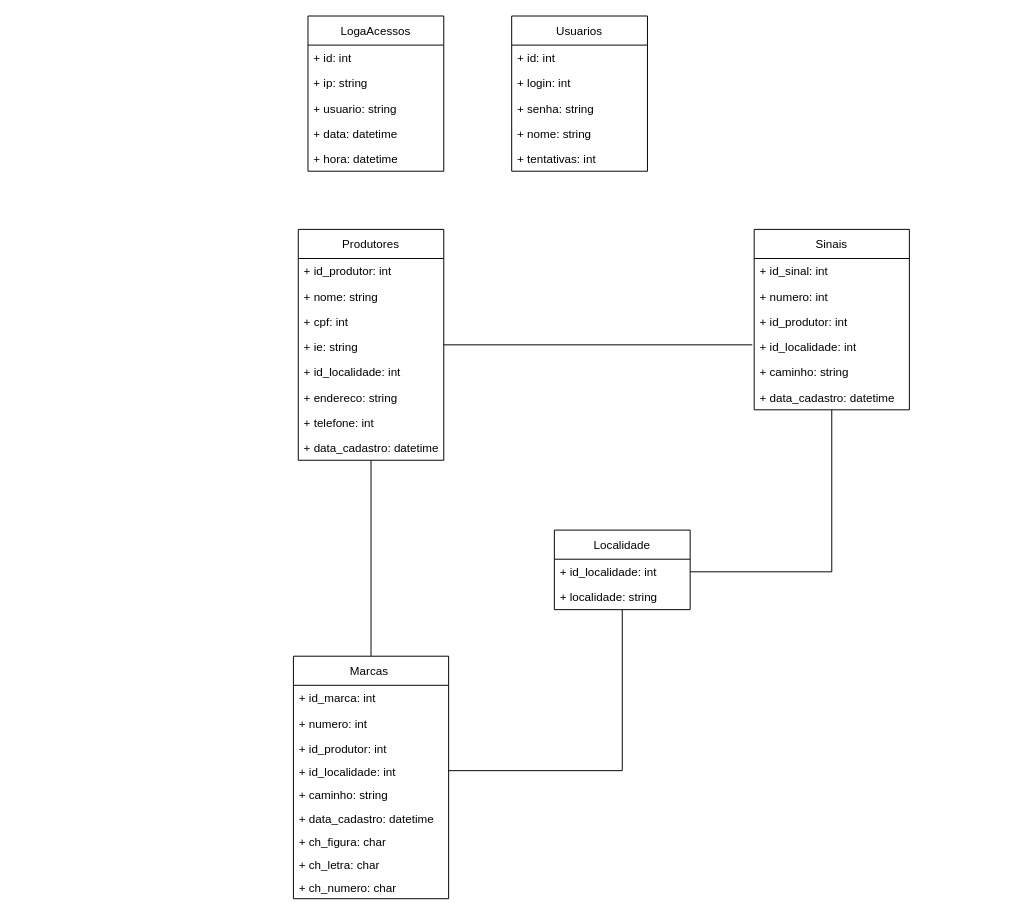
Before: ProjetoLegado-Controle de Marcas e Sinais/marcas-sinais-uml.drawio in RogerioTostes/TCC, a draw.io diagram. Source tidied: cells renumbered, new cells numbered last; positions are measured from the earlier drawing's top-left corner, leaving out a move shared by most shapes. Both pictures are drawn from the tidied source at 97%, with x=0, y=0 at pixel (293, 16).
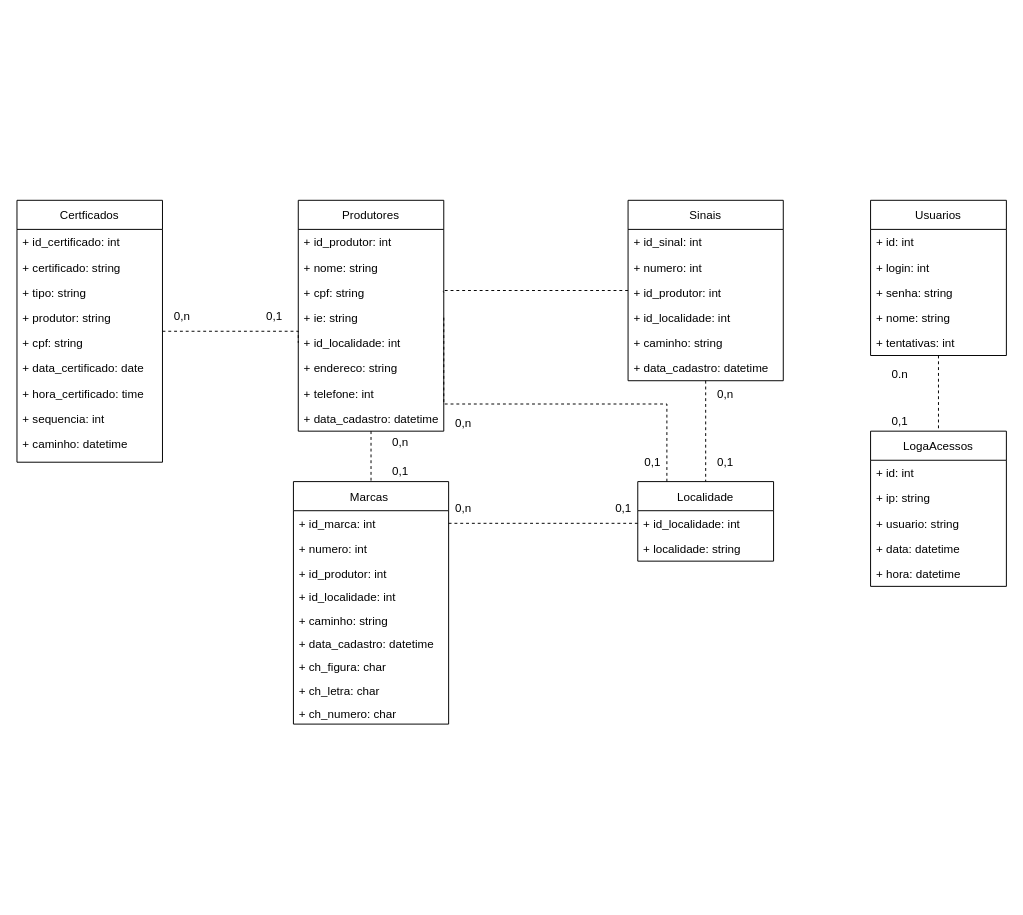
After the change.

The change refers to these unchanged cells:
```xml
<mxCell id="16" value="+ ie: string" style="text;strokeColor=none;fillColor=none;align=left;verticalAlign=top;spacingLeft=4;spacingRight=4;overflow=hidden;points=[[0,0.5],[1,0.5]];portConstraint=eastwest;" parent="12" vertex="1">
  <mxGeometry y="108" width="150" height="26" as="geometry" />
</mxCell>
<mxCell id="17" value="+ id_localidade: int" style="text;strokeColor=none;fillColor=none;align=left;verticalAlign=top;spacingLeft=4;spacingRight=4;overflow=hidden;points=[[0,0.5],[1,0.5]];portConstraint=eastwest;" parent="12" vertex="1">
  <mxGeometry y="134" width="150" height="26" as="geometry" />
</mxCell>
<mxCell id="28" value="+ id_localidade: int" style="text;strokeColor=none;fillColor=none;align=left;verticalAlign=top;spacingLeft=4;spacingRight=4;overflow=hidden;points=[[0,0.5],[1,0.5]];portConstraint=eastwest;" parent="27" vertex="1">
  <mxGeometry y="30" width="140" height="26" as="geometry" />
</mxCell>
<mxCell id="29" value="+ localidade: string" style="text;strokeColor=none;fillColor=none;align=left;verticalAlign=top;spacingLeft=4;spacingRight=4;overflow=hidden;points=[[0,0.5],[1,0.5]];portConstraint=eastwest;" parent="27" vertex="1">
  <mxGeometry y="56" width="140" height="26" as="geometry" />
</mxCell>
<mxCell id="40" value="+ id_localidade: int&#10;" style="text;strokeColor=none;fillColor=none;align=left;verticalAlign=top;spacingLeft=4;spacingRight=4;overflow=hidden;points=[[0,0.5],[1,0.5]];portConstraint=eastwest;" parent="36" vertex="1">
  <mxGeometry y="106" width="160" height="24" as="geometry" />
</mxCell>
```

Diff of the diagram source:
```diff
@@
-    <mxCell id="2" style="edgeStyle=orthogonalEdgeStyle;rounded=0;jettySize=auto;html=1;entryX=1;entryY=0.5;entryDx=0;entryDy=0;endArrow=none;endFill=0;" parent="1" edge="1" source="3" target="28">
+    <mxCell id="2" style="edgeStyle=orthogonalEdgeStyle;rounded=0;jettySize=auto;html=1;endArrow=none;endFill=0;dashed=1;" parent="1" edge="1" source="3" target="27">
       <mxGeometry relative="1" as="geometry" />
     </mxCell>
+    <mxCell id="47" style="edgeStyle=orthogonalEdgeStyle;rounded=0;jettySize=auto;html=1;entryX=1;entryY=0.5;entryDx=0;entryDy=0;endArrow=none;endFill=0;dashed=1;" parent="1" edge="1" source="3" target="15">
+      <mxGeometry relative="1" as="geometry">
+        <Array as="points">
+          <mxPoint x="154" y="283" />
+        </Array>
+      </mxGeometry>
+    </mxCell>
     <mxCell id="3" value="Sinais" style="swimlane;fontStyle=0;horizontal=1;startSize=30;fillColor=none;" parent="1" vertex="1">
-      <mxGeometry x="475" y="220" width="160" height="186" as="geometry" />
+      <mxGeometry x="345" y="190" width="160" height="186" as="geometry" />
     </mxCell>
@@
-    <mxCell id="10" style="edgeStyle=orthogonalEdgeStyle;rounded=0;jettySize=auto;html=1;endArrow=none;endFill=0;" parent="1" edge="1" source="12" target="36">
+    <mxCell id="10" style="edgeStyle=orthogonalEdgeStyle;rounded=0;jettySize=auto;html=1;endArrow=none;endFill=0;dashed=1;" parent="1" edge="1" source="12" target="36">
       <mxGeometry relative="1" as="geometry" />
     </mxCell>
-    <mxCell id="11" style="edgeStyle=orthogonalEdgeStyle;rounded=0;jettySize=auto;html=1;endArrow=none;endFill=0;" parent="1" edge="1" source="12">
-      <mxGeometry relative="1" as="geometry">
-        <mxPoint x="473" y="339" as="targetPoint" />
-        <Array as="points">
-          <mxPoint x="473" y="339" />
-        </Array>
-      </mxGeometry>
-    </mxCell>
     <mxCell id="12" value="Produtores" style="swimlane;fontStyle=0;horizontal=1;startSize=30;fillColor=none;" parent="1" vertex="1">
-      <mxGeometry x="5" y="220" width="150" height="238" as="geometry" />
+      <mxGeometry x="5" y="190" width="150" height="238" as="geometry" />
     </mxCell>
@@
-    <mxCell id="15" value="+ cpf: int" style="text;strokeColor=none;fillColor=none;align=left;verticalAlign=top;spacingLeft=4;spacingRight=4;overflow=hidden;points=[[0,0.5],[1,0.5]];portConstraint=eastwest;" parent="12" vertex="1">
+    <mxCell id="15" value="+ cpf: string" style="text;strokeColor=none;fillColor=none;align=left;verticalAlign=top;spacingLeft=4;spacingRight=4;overflow=hidden;points=[[0,0.5],[1,0.5]];portConstraint=eastwest;" parent="12" vertex="1">
       <mxGeometry y="82" width="150" height="26" as="geometry" />
     </mxCell>
@@
+    <mxCell id="48" style="edgeStyle=orthogonalEdgeStyle;rounded=0;jettySize=auto;html=1;dashed=1;endArrow=none;endFill=0;" parent="1" edge="1" source="21" target="30">
+      <mxGeometry relative="1" as="geometry" />
+    </mxCell>
     <mxCell id="21" value="Usuarios" style="swimlane;fontStyle=0;horizontal=1;startSize=30;fillColor=none;" parent="1" vertex="1">
-      <mxGeometry x="225" width="140" height="160" as="geometry" />
+      <mxGeometry x="595" y="190" width="140" height="160" as="geometry" />
     </mxCell>
@@
     <mxCell id="27" value="Localidade" style="swimlane;fontStyle=0;horizontal=1;startSize=30;fillColor=none;" parent="1" vertex="1">
-      <mxGeometry x="269" y="530" width="140" height="82" as="geometry" />
+      <mxGeometry x="355" y="480" width="140" height="82" as="geometry" />
     </mxCell>
@@
     <mxCell id="30" value="LogaAcessos" style="swimlane;fontStyle=0;horizontal=1;startSize=30;fillColor=none;" parent="1" vertex="1">
-      <mxGeometry x="15" width="140" height="160" as="geometry" />
+      <mxGeometry x="595" y="428" width="140" height="160" as="geometry" />
     </mxCell>
@@
+    <mxCell id="49" style="edgeStyle=orthogonalEdgeStyle;rounded=0;jettySize=auto;html=1;entryX=0;entryY=0.5;entryDx=0;entryDy=0;endArrow=none;endFill=0;dashed=1;" parent="1" edge="1" source="36" target="28">
+      <mxGeometry relative="1" as="geometry">
+        <Array as="points">
+          <mxPoint x="205" y="523" />
+          <mxPoint x="205" y="523" />
+        </Array>
+      </mxGeometry>
+    </mxCell>
     <mxCell id="36" value="Marcas " style="swimlane;fontStyle=0;horizontal=1;startSize=30;fillColor=none;" parent="1" vertex="1">
-      <mxGeometry y="660" width="160" height="250" as="geometry" />
+      <mxGeometry y="480" width="160" height="250" as="geometry" />
     </mxCell>
@@
-    <mxCell id="46" style="edgeStyle=orthogonalEdgeStyle;rounded=0;jettySize=auto;html=1;endArrow=none;endFill=0;" parent="1" edge="1" source="40" target="29">
-      <mxGeometry relative="1" as="geometry">
-        <Array as="points">
-          <mxPoint x="339" y="778" />
-        </Array>
-      </mxGeometry>
-    </mxCell>
+    <mxCell id="50" style="edgeStyle=orthogonalEdgeStyle;rounded=0;jettySize=auto;html=1;entryX=0;entryY=0.5;entryDx=0;entryDy=0;dashed=1;endArrow=none;endFill=0;" parent="1" edge="1" source="51" target="17">
+      <mxGeometry relative="1" as="geometry">
+        <Array as="points">
+          <mxPoint x="5" y="325" />
+        </Array>
+      </mxGeometry>
+    </mxCell>
+    <mxCell id="51" value="Certficados" style="swimlane;fontStyle=0;horizontal=1;startSize=30;fillColor=none;" parent="1" vertex="1">
+      <mxGeometry x="-285" y="190" width="150" height="270" as="geometry" />
+    </mxCell>
+    <mxCell id="52" value="+ id_certificado: int" style="text;strokeColor=none;fillColor=none;align=left;verticalAlign=top;spacingLeft=4;spacingRight=4;overflow=hidden;" parent="51" vertex="1">
+      <mxGeometry y="30" width="150" height="26" as="geometry" />
+    </mxCell>
+    <mxCell id="53" value="+ certificado: string" style="text;strokeColor=none;fillColor=none;align=left;verticalAlign=top;spacingLeft=4;spacingRight=4;overflow=hidden;" parent="51" vertex="1">
+      <mxGeometry y="56" width="150" height="26" as="geometry" />
+    </mxCell>
+    <mxCell id="54" value="+ tipo: string" style="text;strokeColor=none;fillColor=none;align=left;verticalAlign=top;spacingLeft=4;spacingRight=4;overflow=hidden;" parent="51" vertex="1">
+      <mxGeometry y="82" width="150" height="26" as="geometry" />
+    </mxCell>
+    <mxCell id="55" value="+ produtor: string" style="text;strokeColor=none;fillColor=none;align=left;verticalAlign=top;spacingLeft=4;spacingRight=4;overflow=hidden;" parent="51" vertex="1">
+      <mxGeometry y="108" width="150" height="26" as="geometry" />
+    </mxCell>
+    <mxCell id="56" value="+ cpf: string" style="text;strokeColor=none;fillColor=none;align=left;verticalAlign=top;spacingLeft=4;spacingRight=4;overflow=hidden;" parent="51" vertex="1">
+      <mxGeometry y="134" width="150" height="26" as="geometry" />
+    </mxCell>
+    <mxCell id="57" value="+ data_certificado: date" style="text;strokeColor=none;fillColor=none;align=left;verticalAlign=top;spacingLeft=4;spacingRight=4;overflow=hidden;" parent="51" vertex="1">
+      <mxGeometry y="160" width="150" height="26" as="geometry" />
+    </mxCell>
+    <mxCell id="58" value="+ hora_certificado: time" style="text;strokeColor=none;fillColor=none;align=left;verticalAlign=top;spacingLeft=4;spacingRight=4;overflow=hidden;" parent="51" vertex="1">
+      <mxGeometry y="186" width="150" height="26" as="geometry" />
+    </mxCell>
+    <mxCell id="59" value="+ sequencia: int" style="text;strokeColor=none;fillColor=none;align=left;verticalAlign=top;spacingLeft=4;spacingRight=4;overflow=hidden;" parent="51" vertex="1">
+      <mxGeometry y="212" width="150" height="26" as="geometry" />
+    </mxCell>
+    <mxCell id="60" value="+ caminho: datetime" style="text;strokeColor=none;fillColor=none;align=left;verticalAlign=top;spacingLeft=4;spacingRight=4;overflow=hidden;" parent="51" vertex="1">
+      <mxGeometry y="238" width="150" height="32" as="geometry" />
+    </mxCell>
+    <mxCell id="61" style="edgeStyle=orthogonalEdgeStyle;rounded=0;jettySize=auto;html=1;endArrow=none;endFill=0;exitX=1;exitY=0.5;exitDx=0;exitDy=0;dashed=1;" parent="1" edge="1" source="16" target="27">
+      <mxGeometry relative="1" as="geometry">
+        <Array as="points">
+          <mxPoint x="155" y="400" />
+          <mxPoint x="385" y="400" />
+        </Array>
+      </mxGeometry>
+    </mxCell>
+    <mxCell id="62" value="0,n" style="text;html=1;align=center;verticalAlign=middle;strokeColor=none;fillColor=none;" parent="1" vertex="1">
+      <mxGeometry x="-130" y="300" width="30" height="20" as="geometry" />
+    </mxCell>
+    <mxCell id="63" value="0,1" style="text;html=1;align=center;verticalAlign=middle;strokeColor=none;fillColor=none;" parent="1" vertex="1">
+      <mxGeometry x="-35" y="300" width="30" height="20" as="geometry" />
+    </mxCell>
+    <mxCell id="64" value="0,1" style="text;html=1;align=center;verticalAlign=middle;strokeColor=none;fillColor=none;" parent="1" vertex="1">
+      <mxGeometry x="610" y="408" width="30" height="20" as="geometry" />
+    </mxCell>
+    <mxCell id="65" value="0.n" style="text;html=1;align=center;verticalAlign=middle;strokeColor=none;fillColor=none;" parent="1" vertex="1">
+      <mxGeometry x="610" y="360" width="30" height="20" as="geometry" />
+    </mxCell>
+    <mxCell id="66" value="0,n" style="text;html=1;align=center;verticalAlign=middle;strokeColor=none;fillColor=none;" parent="1" vertex="1">
+      <mxGeometry x="430" y="380" width="30" height="20" as="geometry" />
+    </mxCell>
+    <mxCell id="67" value="0,1" style="text;html=1;align=center;verticalAlign=middle;strokeColor=none;fillColor=none;" parent="1" vertex="1">
+      <mxGeometry x="430" y="450" width="30" height="20" as="geometry" />
+    </mxCell>
+    <mxCell id="68" value="0,n" style="text;html=1;align=center;verticalAlign=middle;strokeColor=none;fillColor=none;" parent="1" vertex="1">
+      <mxGeometry x="160" y="410" width="30" height="20" as="geometry" />
+    </mxCell>
+    <mxCell id="69" value="0,1" style="text;html=1;align=center;verticalAlign=middle;strokeColor=none;fillColor=none;" parent="1" vertex="1">
+      <mxGeometry x="355" y="450" width="30" height="20" as="geometry" />
+    </mxCell>
+    <mxCell id="70" value="0,n" style="text;html=1;align=center;verticalAlign=middle;strokeColor=none;fillColor=none;" parent="1" vertex="1">
+      <mxGeometry x="95" y="430" width="30" height="20" as="geometry" />
+    </mxCell>
+    <mxCell id="71" value="0,1" style="text;html=1;align=center;verticalAlign=middle;strokeColor=none;fillColor=none;" parent="1" vertex="1">
+      <mxGeometry x="95" y="460" width="30" height="20" as="geometry" />
+    </mxCell>
+    <mxCell id="72" value="0,n" style="text;html=1;align=center;verticalAlign=middle;strokeColor=none;fillColor=none;" parent="1" vertex="1">
+      <mxGeometry x="160" y="498" width="30" height="20" as="geometry" />
+    </mxCell>
+    <mxCell id="73" value="0,1" style="text;html=1;align=center;verticalAlign=middle;strokeColor=none;fillColor=none;" parent="1" vertex="1">
+      <mxGeometry x="325" y="498" width="30" height="20" as="geometry" />
+    </mxCell>
```
